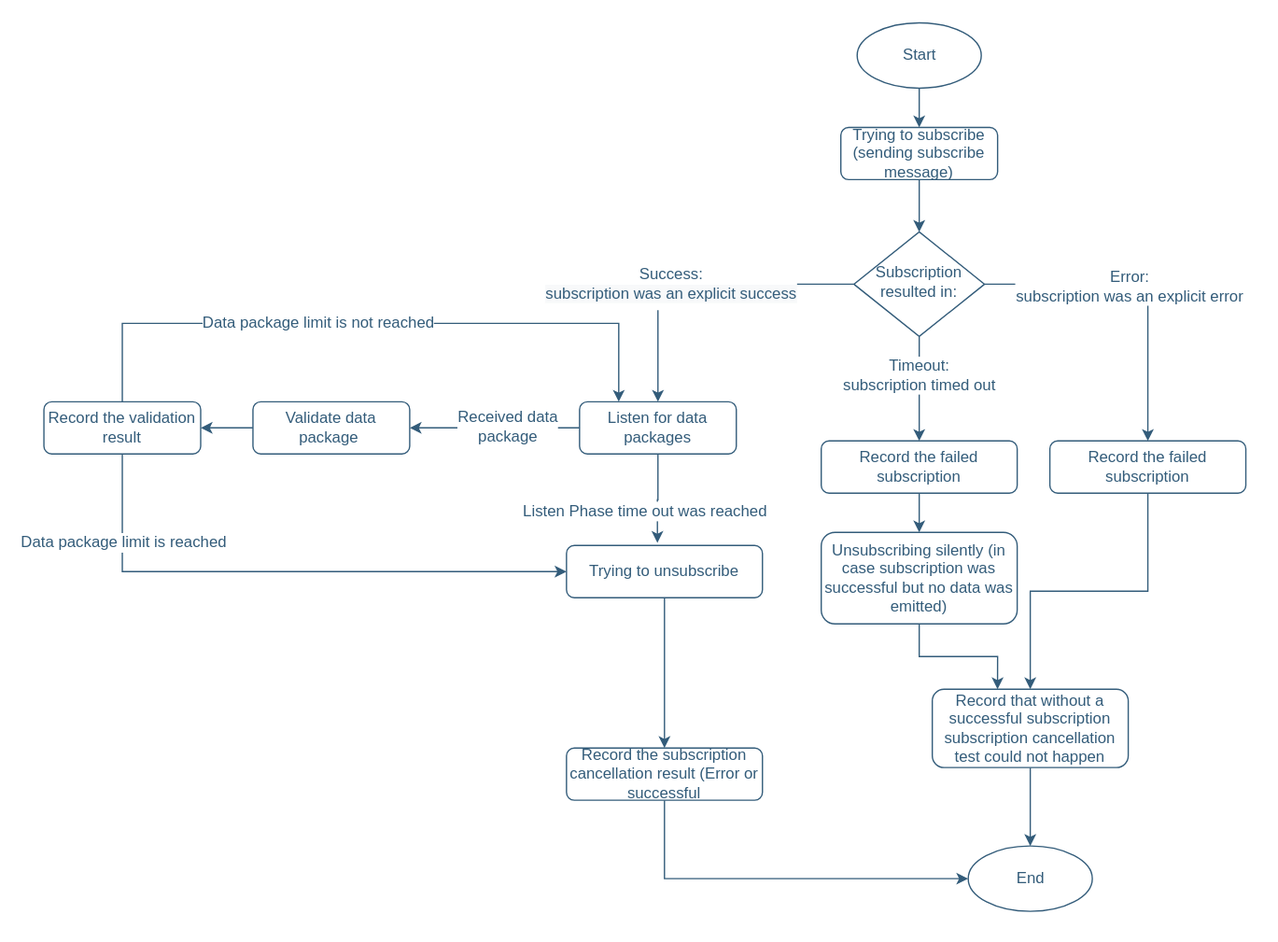
The draw.io diagram readme-images/eventTesting.svg in tum-esi/testbench, before a commit. Source tidied: cells renumbered, new cells last; positions are measured from the earlier drawing's top-left corner, leaving out a move shared by most shapes.
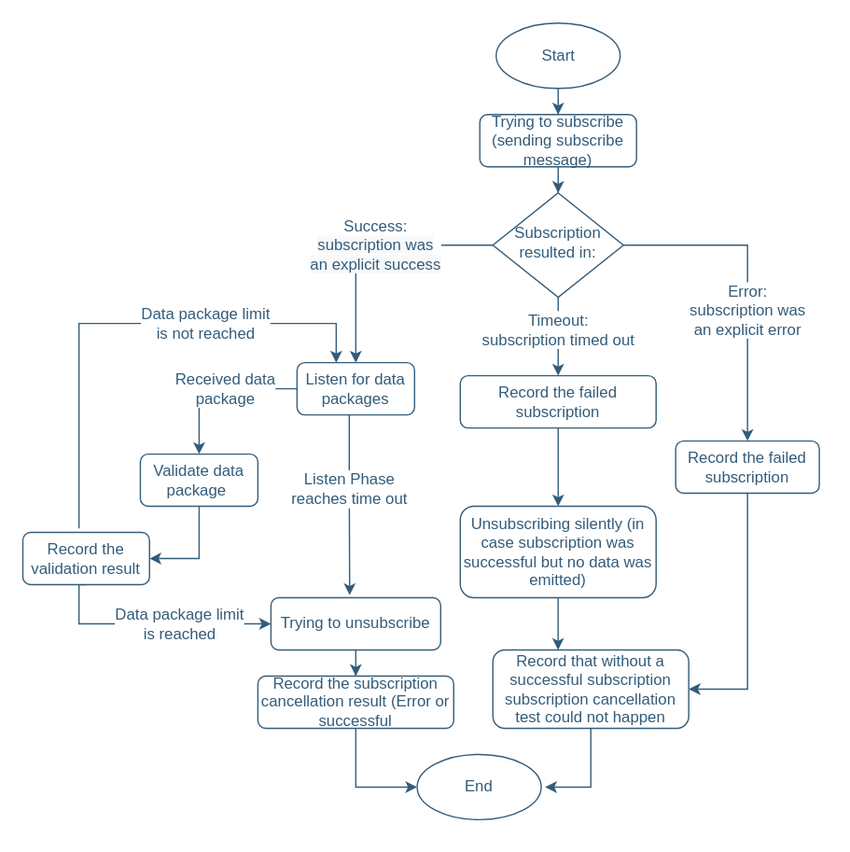
Above is the later version.

Commit message:
Reformatting eventTesting image.

What changed in the source:
```diff
@@ -3,47 +3,49 @@
     <mxCell id="0" />
     <mxCell id="1" parent="0" />
     <mxCell id="2" style="edgeStyle=orthogonalEdgeStyle;rounded=0;jettySize=auto;html=1;entryX=0.464;entryY=-0.05;entryDx=0;entryDy=0;fontSize=12;entryPerimeter=0;fontColor=#335C7A;labelBorderColor=none;strokeColor=#335C7A;" parent="1" edge="1" source="6" target="16">
-      <mxGeometry relative="1" as="geometry" />
+      <mxGeometry relative="1" as="geometry">
+        <Array as="points">
+          <mxPoint x="510" y="390" />
+          <mxPoint x="510" y="390" />
+        </Array>
+      </mxGeometry>
     </mxCell>
-    <mxCell id="3" value="Listen Phase time out was reached" style="edgeLabel;html=1;align=center;verticalAlign=middle;fontSize=12;fontColor=#335C7A;labelBorderColor=none;" parent="2" vertex="1">
+    <mxCell id="3" value="Listen Phase&lt;br&gt;reaches time out" style="edgeLabel;html=1;align=center;verticalAlign=middle;fontSize=12;fontColor=#335C7A;labelBorderColor=none;" parent="2" vertex="1">
       <mxGeometry x="-0.32" relative="1" as="geometry">
-        <mxPoint x="-10" y="20" as="offset" />
+        <mxPoint y="9.2" as="offset" />
       </mxGeometry>
     </mxCell>
     <mxCell id="4" style="edgeStyle=orthogonalEdgeStyle;rounded=0;jettySize=auto;html=1;fontSize=12;fontColor=#335C7A;labelBorderColor=none;strokeColor=#335C7A;" parent="1" edge="1" source="6" target="24">
       <mxGeometry relative="1" as="geometry" />
     </mxCell>
     <mxCell id="5" value="Received data&lt;br&gt;package" style="edgeLabel;html=1;align=center;verticalAlign=middle;fontSize=12;fontColor=#335C7A;labelBorderColor=none;" parent="4" vertex="1">
-      <mxGeometry x="-0.16" y="-1" relative="1" as="geometry" />
+      <mxGeometry x="-0.16" y="-1" relative="1" as="geometry">
+        <mxPoint x="-3.3" y="1" as="offset" />
+      </mxGeometry>
     </mxCell>
     <mxCell id="6" value="Listen for data packages" style="rounded=1;whiteSpace=wrap;fontSize=12;glass=0;strokeWidth=1;shadow=0;html=1;fontColor=#335C7A;labelBorderColor=none;strokeColor=#335C7A;" parent="1" vertex="1">
-      <mxGeometry x="410" y="290" width="120" height="40" as="geometry" />
+      <mxGeometry x="470" y="290" width="90" height="40" as="geometry" />
     </mxCell>
-    <mxCell id="7" style="edgeStyle=orthogonalEdgeStyle;rounded=0;jettySize=auto;html=1;fontSize=12;fontColor=#335C7A;labelBorderColor=none;strokeColor=#335C7A;" parent="1" edge="1" target="6">
-      <mxGeometry relative="1" as="geometry">
-        <mxPoint x="470" y="220" as="sourcePoint" />
-      </mxGeometry>
-    </mxCell>
-    <mxCell id="8" style="edgeStyle=orthogonalEdgeStyle;rounded=0;jettySize=auto;html=1;fontSize=12;fontColor=#335C7A;labelBorderColor=none;strokeColor=#335C7A;" parent="1" edge="1" source="12">
-      <mxGeometry relative="1" as="geometry">
-        <mxPoint x="530" y="200" as="targetPoint" />
-      </mxGeometry>
-    </mxCell>
-    <mxCell id="9" value="&lt;span&gt;Success:&lt;br&gt;&lt;/span&gt;&lt;span style=&quot;background-color: rgb(248 , 249 , 250)&quot;&gt;subscription was an explicit success&lt;/span&gt;" style="edgeLabel;html=1;align=center;verticalAlign=middle;fontSize=12;fontColor=#335C7A;labelBorderColor=none;" parent="8" vertex="1">
-      <mxGeometry x="0.31" relative="1" as="geometry">
-        <mxPoint x="-81.2" as="offset" />
-      </mxGeometry>
-    </mxCell>
     <mxCell id="10" style="edgeStyle=orthogonalEdgeStyle;rounded=0;jettySize=auto;html=1;fontSize=12;entryX=0.5;entryY=0;entryDx=0;entryDy=0;fontColor=#335C7A;labelBorderColor=none;strokeColor=#335C7A;" parent="1" edge="1" source="12" target="31">
       <mxGeometry relative="1" as="geometry">
         <Array as="points">
-          <mxPoint x="845" y="200" />
+          <mxPoint x="815" y="200" />
         </Array>
       </mxGeometry>
     </mxCell>
-    <mxCell id="11" value="Error:&lt;br&gt;subscription was an explicit error" style="edgeLabel;html=1;align=center;verticalAlign=middle;fontSize=12;fontColor=#335C7A;labelBorderColor=none;" parent="10" vertex="1">
-      <mxGeometry x="-0.1" y="-2" relative="1" as="geometry" />
+    <mxCell id="11" value="Error:&lt;br&gt;subscription was&lt;br&gt;an explicit error" style="edgeLabel;html=1;align=center;verticalAlign=middle;fontSize=12;fontColor=#335C7A;labelBorderColor=none;" parent="10" vertex="1">
+      <mxGeometry x="-0.1" y="-2" relative="1" as="geometry">
+        <mxPoint x="2" y="34.2" as="offset" />
+      </mxGeometry>
     </mxCell>
+    <mxCell id="39" style="edgeStyle=orthogonalEdgeStyle;rounded=0;jettySize=auto;html=1;entryX=0.5;entryY=0;entryDx=0;entryDy=0;strokeColor=#335C7A;fontSize=12;fontColor=#335C7A;" parent="1" edge="1" source="12" target="6">
+      <mxGeometry relative="1" as="geometry" />
+    </mxCell>
+    <mxCell id="9" value="Success:&lt;br&gt;&lt;span style=&quot;background-color: rgb(248 , 249 , 250)&quot;&gt;subscription was&lt;br&gt;an explicit success&lt;/span&gt;" style="edgeLabel;html=1;align=center;verticalAlign=middle;fontSize=12;fontColor=#335C7A;" parent="39" vertex="1">
+      <mxGeometry x="-0.18" relative="1" as="geometry">
+        <mxPoint x="-10" as="offset" />
+      </mxGeometry>
+    </mxCell>
     <mxCell id="12" value="Subscription resulted in:" style="rhombus;whiteSpace=wrap;shadow=0;fontFamily=Helvetica;fontSize=12;align=center;strokeWidth=1;spacing=6;spacingTop=-4;html=1;fontColor=#335C7A;labelBorderColor=none;strokeColor=#335C7A;" parent="1" vertex="1">
       <mxGeometry x="620" y="160" width="100" height="80" as="geometry" />
     </mxCell>
@@ -59,88 +61,105 @@
       <mxGeometry relative="1" as="geometry" />
     </mxCell>
     <mxCell id="16" value="Trying to unsubscribe" style="rounded=1;whiteSpace=wrap;fontSize=12;glass=0;strokeWidth=1;shadow=0;html=1;fontColor=#335C7A;labelBorderColor=none;strokeColor=#335C7A;" parent="1" vertex="1">
-      <mxGeometry x="400" y="400" width="150" height="40" as="geometry" />
+      <mxGeometry x="450" y="470" width="130" height="40" as="geometry" />
     </mxCell>
     <mxCell id="17" style="edgeStyle=orthogonalEdgeStyle;rounded=0;jettySize=auto;html=1;fontSize=12;fontColor=#335C7A;labelBorderColor=none;strokeColor=#335C7A;" parent="1" edge="1" source="18" target="27">
       <mxGeometry relative="1" as="geometry" />
     </mxCell>
     <mxCell id="18" value="Start" style="ellipse;whiteSpace=wrap;html=1;fontSize=12;fontColor=#335C7A;labelBorderColor=none;strokeColor=#335C7A;" parent="1" vertex="1">
-      <mxGeometry x="622.5" width="95" height="50" as="geometry" />
+      <mxGeometry x="622.5" y="30" width="95" height="50" as="geometry" />
     </mxCell>
-    <mxCell id="19" style="edgeStyle=orthogonalEdgeStyle;rounded=0;jettySize=auto;html=1;fontSize=12;exitX=0.5;exitY=0;exitDx=0;exitDy=0;entryX=0.25;entryY=0;entryDx=0;entryDy=0;fontColor=#335C7A;labelBorderColor=none;strokeColor=#335C7A;" parent="1" edge="1" source="38" target="6">
+    <mxCell id="19" style="edgeStyle=orthogonalEdgeStyle;rounded=0;orthogonalLoop=1;jettySize=auto;html=1;fontSize=12;fontColor=#335C7A;labelBorderColor=none;strokeColor=#335C7A;" parent="1" edge="1">
       <mxGeometry relative="1" as="geometry">
+        <mxPoint x="303" y="417" as="sourcePoint" />
+        <mxPoint x="500" y="290" as="targetPoint" />
         <Array as="points">
-          <mxPoint x="60" y="230" />
-          <mxPoint x="440" y="230" />
+          <mxPoint x="303" y="260" />
+          <mxPoint x="500" y="260" />
         </Array>
       </mxGeometry>
     </mxCell>
-    <mxCell id="20" value="Data package limit is not reached" style="edgeLabel;html=1;align=center;verticalAlign=middle;fontSize=12;fontColor=#335C7A;labelBorderColor=none;" parent="19" vertex="1">
+    <mxCell id="20" value="Data package limit&lt;br&gt;is not reached" style="edgeLabel;html=1;align=center;verticalAlign=middle;fontSize=12;fontColor=#335C7A;labelBorderColor=none;" parent="19" vertex="1">
       <mxGeometry x="-0.46" relative="1" as="geometry">
-        <mxPoint x="75.8" as="offset" />
+        <mxPoint x="97" y="-53.7" as="offset" />
       </mxGeometry>
     </mxCell>
     <mxCell id="21" style="edgeStyle=orthogonalEdgeStyle;rounded=0;jettySize=auto;html=1;fontSize=12;entryX=0;entryY=0.5;entryDx=0;entryDy=0;exitX=0.5;exitY=1;exitDx=0;exitDy=0;fontColor=#335C7A;labelBorderColor=none;strokeColor=#335C7A;" parent="1" edge="1" source="38" target="16">
       <mxGeometry relative="1" as="geometry">
         <Array as="points">
-          <mxPoint x="60" y="420" />
+          <mxPoint x="303" y="490" />
         </Array>
       </mxGeometry>
     </mxCell>
-    <mxCell id="22" value="Data package limit is reached" style="edgeLabel;html=1;align=center;verticalAlign=middle;fontSize=12;fontColor=#335C7A;labelBorderColor=none;" parent="21" vertex="1">
-      <mxGeometry x="-0.68" y="1" relative="1" as="geometry" />
+    <mxCell id="22" value="Data package limit&lt;br&gt;is reached" style="edgeLabel;html=1;align=center;verticalAlign=middle;fontSize=12;fontColor=#335C7A;labelBorderColor=none;" parent="21" vertex="1">
+      <mxGeometry x="-0.68" y="1" relative="1" as="geometry">
+        <mxPoint x="76" y="6.3" as="offset" />
+      </mxGeometry>
     </mxCell>
     <mxCell id="23" style="edgeStyle=orthogonalEdgeStyle;rounded=0;jettySize=auto;html=1;fontSize=12;fontColor=#335C7A;labelBorderColor=none;strokeColor=#335C7A;" parent="1" edge="1" source="24" target="38">
-      <mxGeometry relative="1" as="geometry" />
+      <mxGeometry relative="1" as="geometry">
+        <Array as="points">
+          <mxPoint x="395" y="440" />
+        </Array>
+      </mxGeometry>
     </mxCell>
     <mxCell id="24" value="Validate data package&amp;nbsp;" style="rounded=1;whiteSpace=wrap;fontSize=12;glass=0;strokeWidth=1;shadow=0;html=1;fontColor=#335C7A;labelBorderColor=none;strokeColor=#335C7A;" parent="1" vertex="1">
-      <mxGeometry x="160" y="290" width="120" height="40" as="geometry" />
+      <mxGeometry x="350" y="360" width="90" height="40" as="geometry" />
     </mxCell>
     <mxCell id="25" value="End" style="ellipse;whiteSpace=wrap;html=1;fontSize=12;fontColor=#335C7A;labelBorderColor=none;strokeColor=#335C7A;" parent="1" vertex="1">
-      <mxGeometry x="707.5" y="630" width="95" height="50" as="geometry" />
+      <mxGeometry x="562" y="590" width="95" height="50" as="geometry" />
     </mxCell>
     <mxCell id="26" style="edgeStyle=orthogonalEdgeStyle;rounded=0;jettySize=auto;html=1;fontSize=12;fontColor=#335C7A;labelBorderColor=none;strokeColor=#335C7A;" parent="1" edge="1" source="27" target="12">
       <mxGeometry relative="1" as="geometry" />
     </mxCell>
     <mxCell id="27" value="Trying to subscribe (sending subscribe message)" style="rounded=1;whiteSpace=wrap;fontSize=12;glass=0;strokeWidth=1;shadow=0;html=1;fontColor=#335C7A;labelBorderColor=none;strokeColor=#335C7A;" parent="1" vertex="1">
-      <mxGeometry x="610" y="80" width="120" height="40" as="geometry" />
+      <mxGeometry x="610" y="100" width="120" height="40" as="geometry" />
     </mxCell>
     <mxCell id="28" style="edgeStyle=orthogonalEdgeStyle;rounded=0;jettySize=auto;html=1;fontSize=12;fontColor=#335C7A;labelBorderColor=none;strokeColor=#335C7A;" parent="1" edge="1" source="29" target="33">
       <mxGeometry relative="1" as="geometry" />
     </mxCell>
     <mxCell id="29" value="Record the failed subscription" style="rounded=1;whiteSpace=wrap;fontSize=12;glass=0;strokeWidth=1;shadow=0;html=1;fontColor=#335C7A;labelBorderColor=none;strokeColor=#335C7A;" parent="1" vertex="1">
-      <mxGeometry x="595" y="320" width="150" height="40" as="geometry" />
+      <mxGeometry x="595" y="300" width="150" height="40" as="geometry" />
     </mxCell>
-    <mxCell id="30" style="edgeStyle=orthogonalEdgeStyle;rounded=0;jettySize=auto;html=1;entryX=0.5;entryY=0;entryDx=0;entryDy=0;fontSize=12;fontColor=#335C7A;labelBorderColor=none;strokeColor=#335C7A;" parent="1" edge="1" source="31" target="35">
-      <mxGeometry relative="1" as="geometry" />
+    <mxCell id="30" style="edgeStyle=orthogonalEdgeStyle;rounded=0;jettySize=auto;html=1;entryX=1;entryY=0.5;entryDx=0;entryDy=0;fontSize=12;fontColor=#335C7A;labelBorderColor=none;strokeColor=#335C7A;" parent="1" edge="1" source="31" target="35">
+      <mxGeometry relative="1" as="geometry">
+        <Array as="points">
+          <mxPoint x="815" y="540" />
+        </Array>
+      </mxGeometry>
     </mxCell>
     <mxCell id="31" value="Record the failed subscription" style="rounded=1;whiteSpace=wrap;fontSize=12;glass=0;strokeWidth=1;shadow=0;html=1;fontColor=#335C7A;labelBorderColor=none;strokeColor=#335C7A;" parent="1" vertex="1">
-      <mxGeometry x="770" y="320" width="150" height="40" as="geometry" />
+      <mxGeometry x="760" y="350" width="110" height="40" as="geometry" />
     </mxCell>
     <mxCell id="32" style="edgeStyle=orthogonalEdgeStyle;rounded=0;jettySize=auto;html=1;entryX=0.333;entryY=0;entryDx=0;entryDy=0;entryPerimeter=0;fontSize=12;fontColor=#335C7A;labelBorderColor=none;strokeColor=#335C7A;" parent="1" edge="1" source="33" target="35">
       <mxGeometry relative="1" as="geometry" />
     </mxCell>
     <mxCell id="33" value="Unsubscribing silently (in case subscription was successful but no data was emitted)" style="rounded=1;whiteSpace=wrap;fontSize=12;glass=0;strokeWidth=1;shadow=0;html=1;fontColor=#335C7A;labelBorderColor=none;strokeColor=#335C7A;" parent="1" vertex="1">
-      <mxGeometry x="595" y="390" width="150" height="70" as="geometry" />
+      <mxGeometry x="595" y="400" width="150" height="70" as="geometry" />
     </mxCell>
-    <mxCell id="34" style="edgeStyle=orthogonalEdgeStyle;rounded=0;jettySize=auto;html=1;fontSize=12;fontColor=#335C7A;labelBorderColor=none;strokeColor=#335C7A;" parent="1" edge="1" source="35" target="25">
-      <mxGeometry relative="1" as="geometry" />
+    <mxCell id="34" style="edgeStyle=orthogonalEdgeStyle;rounded=0;jettySize=auto;html=1;fontSize=12;fontColor=#335C7A;labelBorderColor=none;strokeColor=#335C7A;" parent="1" edge="1" source="35">
+      <mxGeometry relative="1" as="geometry">
+        <mxPoint x="660" y="615" as="targetPoint" />
+        <Array as="points">
+          <mxPoint x="695" y="615" />
+        </Array>
+      </mxGeometry>
     </mxCell>
     <mxCell id="35" value="Record that without a successful subscription subscription cancellation test could not happen" style="rounded=1;whiteSpace=wrap;fontSize=12;glass=0;strokeWidth=1;shadow=0;html=1;fontColor=#335C7A;labelBorderColor=none;strokeColor=#335C7A;" parent="1" vertex="1">
-      <mxGeometry x="680" y="510" width="150" height="60" as="geometry" />
+      <mxGeometry x="620" y="510" width="150" height="60" as="geometry" />
     </mxCell>
     <mxCell id="36" style="edgeStyle=orthogonalEdgeStyle;rounded=0;jettySize=auto;html=1;entryX=0;entryY=0.5;entryDx=0;entryDy=0;fontSize=12;fontColor=#335C7A;labelBorderColor=none;strokeColor=#335C7A;" parent="1" edge="1" source="37" target="25">
       <mxGeometry relative="1" as="geometry">
         <Array as="points">
-          <mxPoint x="475" y="655" />
+          <mxPoint x="515" y="615" />
         </Array>
       </mxGeometry>
     </mxCell>
     <mxCell id="37" value="Record the subscription cancellation result (Error or successful" style="rounded=1;whiteSpace=wrap;fontSize=12;glass=0;strokeWidth=1;shadow=0;html=1;fontColor=#335C7A;labelBorderColor=none;strokeColor=#335C7A;" parent="1" vertex="1">
-      <mxGeometry x="400" y="555" width="150" height="40" as="geometry" />
+      <mxGeometry x="440" y="530" width="150" height="40" as="geometry" />
     </mxCell>
-    <mxCell id="38" value="Record the validation result" style="rounded=1;whiteSpace=wrap;fontSize=12;glass=0;strokeWidth=1;shadow=0;html=1;fontColor=#335C7A;labelBorderColor=none;strokeColor=#335C7A;" parent="1" vertex="1">
-      <mxGeometry y="290" width="120" height="40" as="geometry" />
+    <mxCell id="38" value="Record the&lt;br&gt;validation result" style="rounded=1;whiteSpace=wrap;fontSize=12;glass=0;strokeWidth=1;shadow=0;html=1;fontColor=#335C7A;labelBorderColor=none;strokeColor=#335C7A;" parent="1" vertex="1">
+      <mxGeometry x="260" y="420" width="97" height="40" as="geometry" />
     </mxCell>
   </root>
 </mxGraphModel>
```
